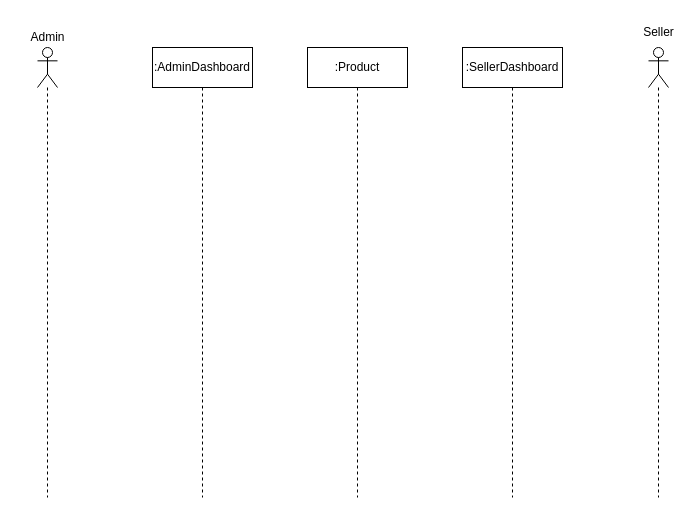
This is uml/approveProductSequenceDiagram.drawio from zinoubm/Marketly, a draw.io file, before an edit. Source tidied: cells renumbered, new cells numbered last; positions are measured from the earlier drawing's top-left corner, leaving out a move shared by most shapes. Both pictures are drawn from the tidied source at 100%, with x=0, y=0 at pixel (17, 17).
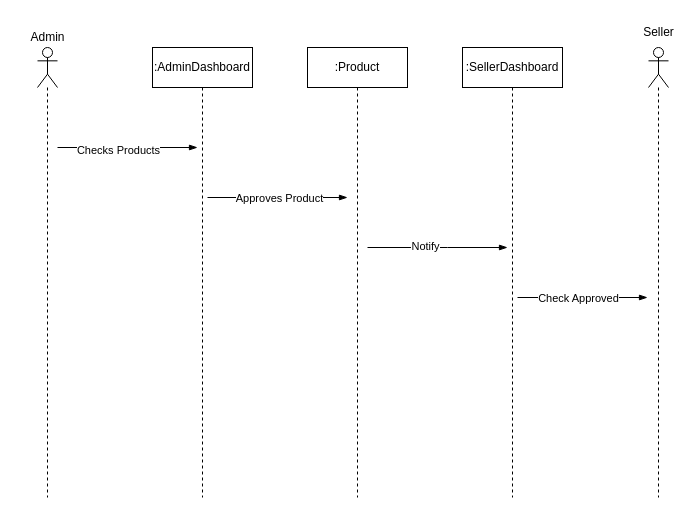
The same page after the edit.

The change refers to these unchanged cells:
```xml
<mxCell id="3" value=":AdminDashboard" style="shape=umlLifeline;perimeter=lifelinePerimeter;whiteSpace=wrap;html=1;" parent="1" vertex="1">
  <mxGeometry x="135" y="30" width="100" height="450" as="geometry" />
</mxCell>
<mxCell id="4" value=":Product" style="shape=umlLifeline;perimeter=lifelinePerimeter;whiteSpace=wrap;html=1;" parent="1" vertex="1">
  <mxGeometry x="290" y="30" width="100" height="450" as="geometry" />
</mxCell>
```

What changed in the source:
```diff
@@
+    <mxCell id="9" style="edgeStyle=elbowEdgeStyle;fontSize=12;html=1;endArrow=blockThin;endFill=1;" parent="3" edge="1">
+      <mxGeometry relative="1" as="geometry">
+        <mxPoint x="-95" y="100" as="sourcePoint" />
+        <mxPoint x="45" y="100" as="targetPoint" />
+      </mxGeometry>
+    </mxCell>
+    <mxCell id="10" value="Checks Products" style="edgeLabel;html=1;align=center;verticalAlign=middle;" parent="9" vertex="1">
+      <mxGeometry x="-0.21" y="-2" relative="1" as="geometry">
+        <mxPoint x="5" as="offset" />
+      </mxGeometry>
+    </mxCell>
@@
+    <mxCell id="11" style="edgeStyle=elbowEdgeStyle;fontSize=12;html=1;endArrow=blockThin;endFill=1;" parent="4" edge="1">
+      <mxGeometry relative="1" as="geometry">
+        <mxPoint x="60" y="200" as="sourcePoint" />
+        <mxPoint x="200" y="200" as="targetPoint" />
+      </mxGeometry>
+    </mxCell>
+    <mxCell id="12" value="Notify" style="edgeLabel;html=1;align=center;verticalAlign=middle;" parent="11" vertex="1">
+      <mxGeometry x="-0.18" y="2" relative="1" as="geometry" />
+    </mxCell>
@@
+    <mxCell id="13" style="edgeStyle=elbowEdgeStyle;fontSize=12;html=1;endArrow=blockThin;endFill=1;" parent="1" edge="1">
+      <mxGeometry relative="1" as="geometry">
+        <mxPoint x="190" y="180" as="sourcePoint" />
+        <mxPoint x="330" y="180" as="targetPoint" />
+      </mxGeometry>
+    </mxCell>
+    <mxCell id="14" value="Approves Product" style="edgeLabel;html=1;align=center;verticalAlign=middle;" parent="13" vertex="1">
+      <mxGeometry x="-0.15" relative="1" as="geometry">
+        <mxPoint x="11" as="offset" />
+      </mxGeometry>
+    </mxCell>
+    <mxCell id="15" style="edgeStyle=elbowEdgeStyle;fontSize=12;html=1;endArrow=blockThin;endFill=1;" parent="1" edge="1">
+      <mxGeometry relative="1" as="geometry">
+        <mxPoint x="500" y="280" as="sourcePoint" />
+        <mxPoint x="630" y="280" as="targetPoint" />
+      </mxGeometry>
+    </mxCell>
+    <mxCell id="16" value="Check Approved" style="edgeLabel;html=1;align=center;verticalAlign=middle;" parent="15" vertex="1">
+      <mxGeometry x="0.19" relative="1" as="geometry">
+        <mxPoint x="-17" as="offset" />
+      </mxGeometry>
+    </mxCell>
```
